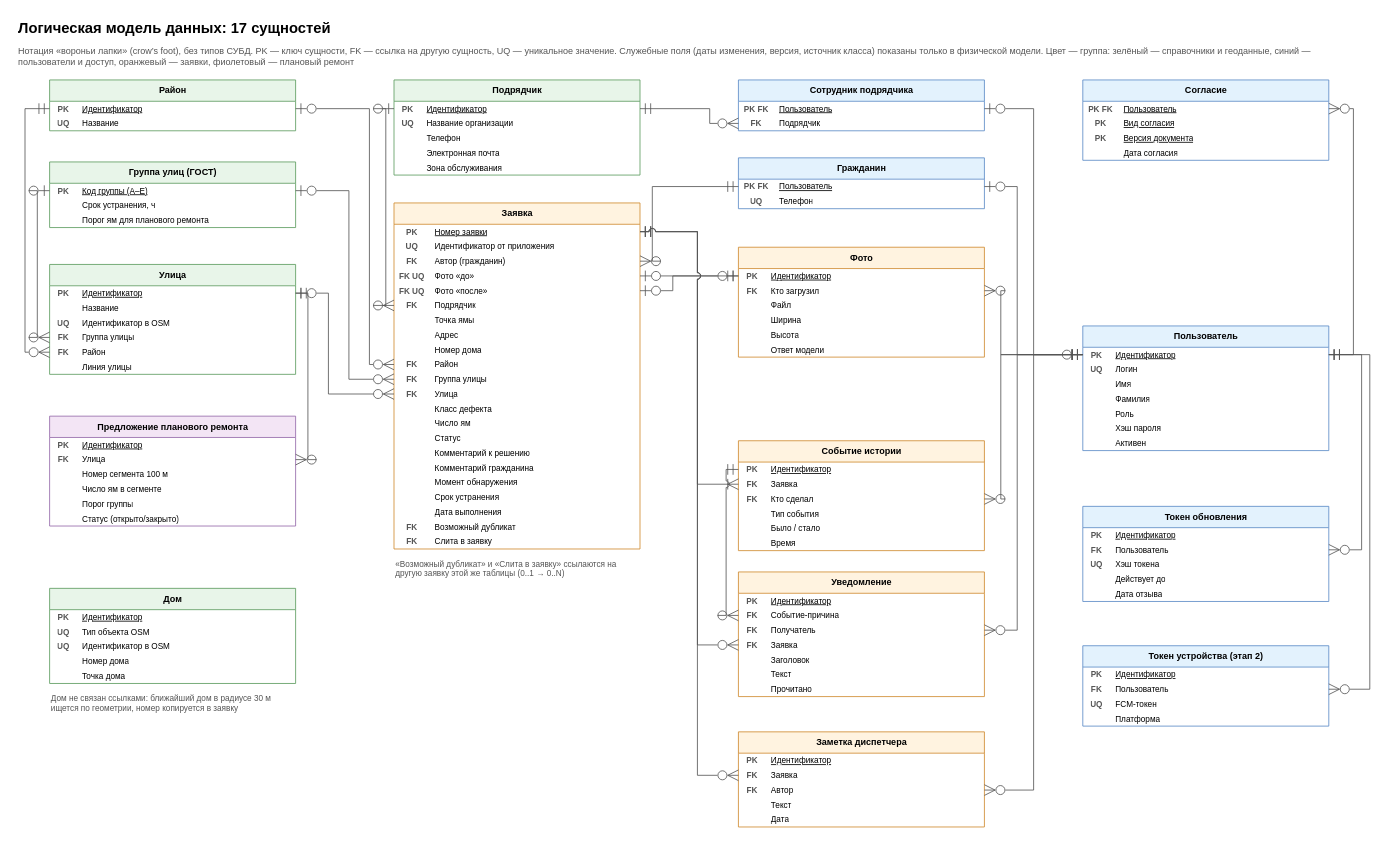
This is page "ER логическая модель" (1 of 2) of docs/diagrams/er-model.drawio from safron0540/neo-pothole-service, a draw.io file, before an edit. Source tidied: cells renumbered, new cells numbered last; positions are measured from the earlier drawing's top-left corner, leaving out a move shared by most shapes. Both pictures are drawn from the tidied source at 82%, with x=0, y=0 at pixel (16, 14).
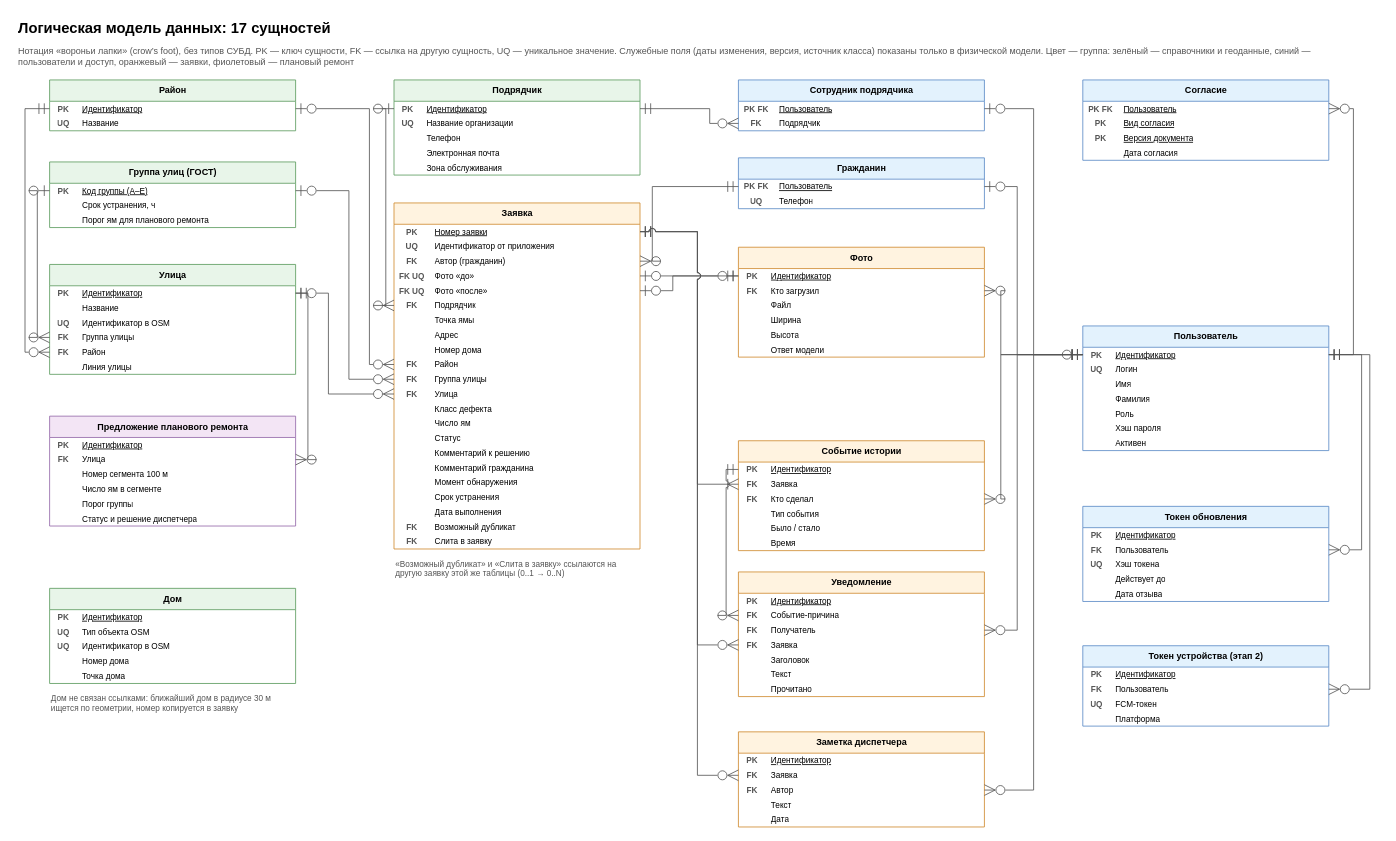
The same diagram, later.

Unchanged cells that the change refers to:
```xml
<mxCell id="36" value="Предложение планового ремонта" style="fontFamily=Arial;swimlane;html=1;fontStyle=1;fontSize=11;startSize=26;horizontal=1;fillColor=#F3E5F5;strokeColor=#9467A8;swimlaneFillColor=#ffffff;rounded=0;" parent="1" vertex="1">
  <mxGeometry x="40" y="490" width="300" height="134" as="geometry" />
</mxCell>
```

What changed in the source:
```diff
@@
-    <mxCell id="49" value="Статус (открыто/закрыто)" style="fontFamily=Arial;text;html=1;fontSize=10;strokeColor=none;fillColor=none;verticalAlign=middle;overflow=hidden;align=left;spacingLeft=4;" parent="36" vertex="1">
+    <mxCell id="49" value="Статус и решение диспетчера" style="fontFamily=Arial;text;html=1;fontSize=10;strokeColor=none;fillColor=none;verticalAlign=middle;overflow=hidden;align=left;spacingLeft=4;" parent="36" vertex="1">
       <mxGeometry x="34" y="116" width="266" height="18" as="geometry" />
     </mxCell>
```
